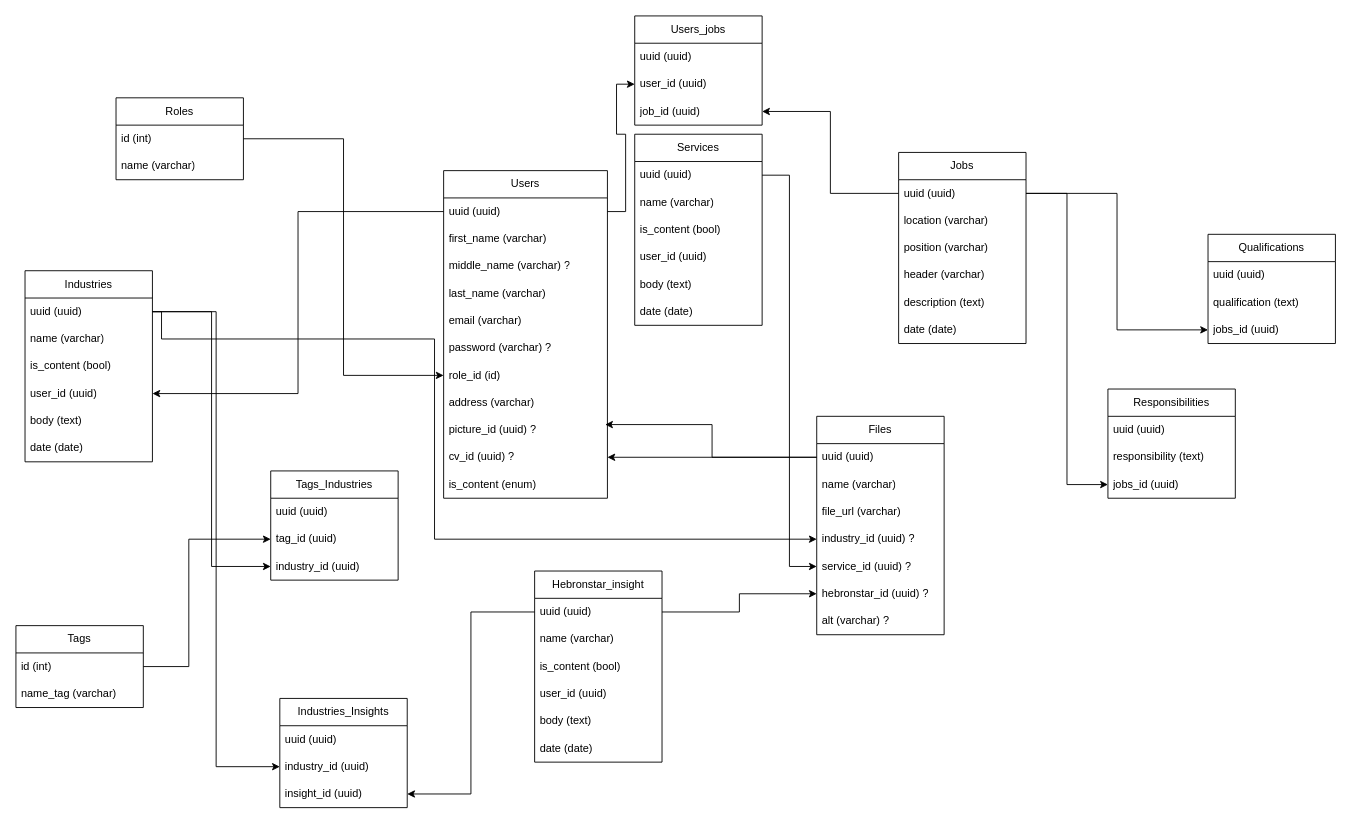
The draw.io diagram Untitled Diagram.drawio in rvldodo/flowchart, before the edit. Source tidied: cells renumbered, new cells numbered last; positions are measured from the earlier drawing's top-left corner, leaving out a move shared by most shapes. Both pictures are drawn from the tidied source at 91%, with x=0, y=0 at pixel (15, 15).
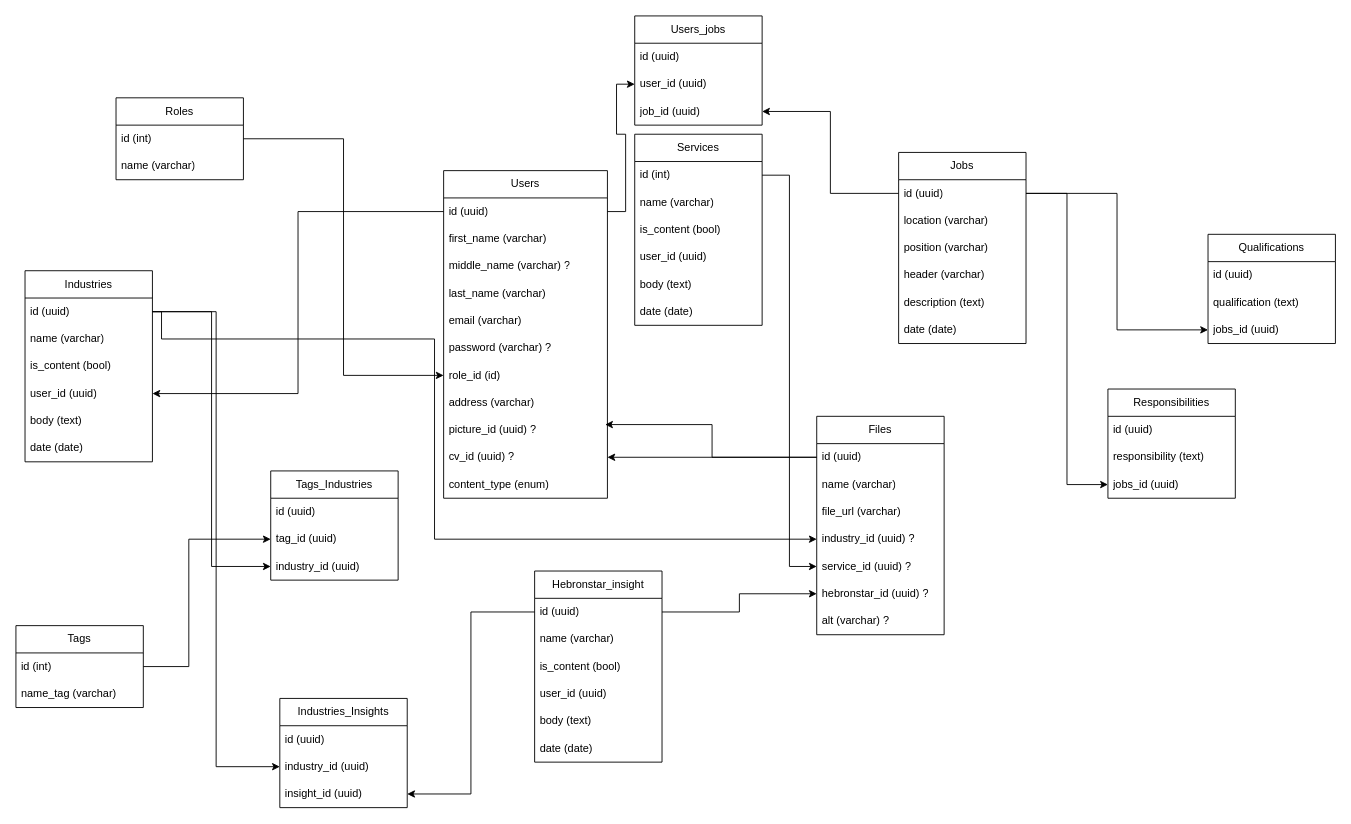
After the change.

The change refers to these unchanged cells:
```xml
<mxCell id="5" value="Users" style="swimlane;fontStyle=0;horizontal=1;startSize=30;whiteSpace=wrap;html=1;" parent="1" vertex="1">
  <mxGeometry x="470" y="170" width="180" height="360" as="geometry" />
</mxCell>
<mxCell id="18" value="Files" style="swimlane;fontStyle=0;horizontal=1;startSize=30;whiteSpace=wrap;html=1;" parent="1" vertex="1">
  <mxGeometry x="880" y="440" width="140" height="240" as="geometry" />
</mxCell>
<mxCell id="28" value="Industries" style="swimlane;fontStyle=0;horizontal=1;startSize=30;whiteSpace=wrap;html=1;" parent="1" vertex="1">
  <mxGeometry x="10" y="280" width="140" height="210" as="geometry" />
</mxCell>
<mxCell id="37" value="Services" style="swimlane;fontStyle=0;horizontal=1;startSize=30;whiteSpace=wrap;html=1;" parent="1" vertex="1">
  <mxGeometry x="680" y="130" width="140" height="210" as="geometry" />
</mxCell>
<mxCell id="45" value="Hebronstar_insight" style="swimlane;fontStyle=0;horizontal=1;startSize=30;whiteSpace=wrap;html=1;" parent="1" vertex="1">
  <mxGeometry x="570" y="610" width="140" height="210" as="geometry" />
</mxCell>
<mxCell id="53" value="Jobs" style="swimlane;fontStyle=0;horizontal=1;startSize=30;whiteSpace=wrap;html=1;" parent="1" vertex="1">
  <mxGeometry x="970" y="150" width="140" height="210" as="geometry" />
</mxCell>
<mxCell id="60" value="Qualifications" style="swimlane;fontStyle=0;horizontal=1;startSize=30;whiteSpace=wrap;html=1;" parent="1" vertex="1">
  <mxGeometry x="1310" y="240" width="140" height="120" as="geometry" />
</mxCell>
<mxCell id="65" value="Responsibilities" style="swimlane;fontStyle=0;horizontal=1;startSize=30;whiteSpace=wrap;html=1;" parent="1" vertex="1">
  <mxGeometry x="1200" y="410" width="140" height="120" as="geometry" />
</mxCell>
<mxCell id="70" value="Users_jobs" style="swimlane;fontStyle=0;horizontal=1;startSize=30;whiteSpace=wrap;html=1;" parent="1" vertex="1">
  <mxGeometry x="680" width="140" height="120" as="geometry" />
</mxCell>
<mxCell id="79" value="Tags_Industries" style="swimlane;fontStyle=0;horizontal=1;startSize=30;whiteSpace=wrap;html=1;" parent="1" vertex="1">
  <mxGeometry x="280" y="500" width="140" height="120" as="geometry" />
</mxCell>
<mxCell id="85" value="Industries_Insights" style="swimlane;fontStyle=0;horizontal=1;startSize=30;whiteSpace=wrap;html=1;" parent="1" vertex="1">
  <mxGeometry x="290" y="750" width="140" height="120" as="geometry" />
</mxCell>
```

Change to the diagram source:
```diff
@@
-    <mxCell id="6" value="uuid (uuid)" style="text;strokeColor=none;fillColor=none;align=left;verticalAlign=middle;spacingLeft=4;spacingRight=4;overflow=hidden;points=[[0,0.5],[1,0.5]];portConstraint=eastwest;whiteSpace=wrap;html=1;" parent="5" vertex="1">
+    <mxCell id="6" value="id (uuid)" style="text;strokeColor=none;fillColor=none;align=left;verticalAlign=middle;spacingLeft=4;spacingRight=4;overflow=hidden;points=[[0,0.5],[1,0.5]];portConstraint=eastwest;whiteSpace=wrap;html=1;" parent="5" vertex="1">
       <mxGeometry y="30" width="180" height="30" as="geometry" />
     </mxCell>
@@
-    <mxCell id="16" value="is_content (enum)" style="text;strokeColor=none;fillColor=none;align=left;verticalAlign=middle;spacingLeft=4;spacingRight=4;overflow=hidden;whiteSpace=wrap;html=1;" parent="5" vertex="1">
+    <mxCell id="16" value="content_type (enum)" style="text;strokeColor=none;fillColor=none;align=left;verticalAlign=middle;spacingLeft=4;spacingRight=4;overflow=hidden;whiteSpace=wrap;html=1;" parent="5" vertex="1">
       <mxGeometry y="330" width="180" height="30" as="geometry" />
     </mxCell>
@@
-    <mxCell id="19" value="uuid (uuid)" style="text;strokeColor=none;fillColor=none;align=left;verticalAlign=middle;spacingLeft=4;spacingRight=4;overflow=hidden;points=[[0,0.5],[1,0.5]];portConstraint=eastwest;whiteSpace=wrap;html=1;" parent="18" vertex="1">
+    <mxCell id="19" value="id (uuid)" style="text;strokeColor=none;fillColor=none;align=left;verticalAlign=middle;spacingLeft=4;spacingRight=4;overflow=hidden;points=[[0,0.5],[1,0.5]];portConstraint=eastwest;whiteSpace=wrap;html=1;" parent="18" vertex="1">
       <mxGeometry y="30" width="140" height="30" as="geometry" />
     </mxCell>
@@
-    <mxCell id="29" value="uuid (uuid)" style="text;strokeColor=none;fillColor=none;align=left;verticalAlign=middle;spacingLeft=4;spacingRight=4;overflow=hidden;points=[[0,0.5],[1,0.5]];portConstraint=eastwest;whiteSpace=wrap;html=1;" parent="28" vertex="1">
+    <mxCell id="29" value="id (uuid)" style="text;strokeColor=none;fillColor=none;align=left;verticalAlign=middle;spacingLeft=4;spacingRight=4;overflow=hidden;points=[[0,0.5],[1,0.5]];portConstraint=eastwest;whiteSpace=wrap;html=1;" parent="28" vertex="1">
       <mxGeometry y="30" width="140" height="30" as="geometry" />
     </mxCell>
@@
-    <mxCell id="38" value="uuid (uuid)" style="text;strokeColor=none;fillColor=none;align=left;verticalAlign=middle;spacingLeft=4;spacingRight=4;overflow=hidden;points=[[0,0.5],[1,0.5]];portConstraint=eastwest;whiteSpace=wrap;html=1;" parent="37" vertex="1">
+    <mxCell id="38" value="id (int)" style="text;strokeColor=none;fillColor=none;align=left;verticalAlign=middle;spacingLeft=4;spacingRight=4;overflow=hidden;points=[[0,0.5],[1,0.5]];portConstraint=eastwest;whiteSpace=wrap;html=1;" parent="37" vertex="1">
       <mxGeometry y="30" width="140" height="30" as="geometry" />
     </mxCell>
@@
-    <mxCell id="46" value="uuid (uuid)" style="text;strokeColor=none;fillColor=none;align=left;verticalAlign=middle;spacingLeft=4;spacingRight=4;overflow=hidden;points=[[0,0.5],[1,0.5]];portConstraint=eastwest;whiteSpace=wrap;html=1;" parent="45" vertex="1">
+    <mxCell id="46" value="id (uuid)" style="text;strokeColor=none;fillColor=none;align=left;verticalAlign=middle;spacingLeft=4;spacingRight=4;overflow=hidden;points=[[0,0.5],[1,0.5]];portConstraint=eastwest;whiteSpace=wrap;html=1;" parent="45" vertex="1">
       <mxGeometry y="30" width="140" height="30" as="geometry" />
     </mxCell>
@@
-    <mxCell id="54" value="uuid (uuid)" style="text;strokeColor=none;fillColor=none;align=left;verticalAlign=middle;spacingLeft=4;spacingRight=4;overflow=hidden;points=[[0,0.5],[1,0.5]];portConstraint=eastwest;whiteSpace=wrap;html=1;" parent="53" vertex="1">
+    <mxCell id="54" value="id (uuid)" style="text;strokeColor=none;fillColor=none;align=left;verticalAlign=middle;spacingLeft=4;spacingRight=4;overflow=hidden;points=[[0,0.5],[1,0.5]];portConstraint=eastwest;whiteSpace=wrap;html=1;" parent="53" vertex="1">
       <mxGeometry y="30" width="140" height="30" as="geometry" />
     </mxCell>
@@
-    <mxCell id="61" value="uuid (uuid)" style="text;strokeColor=none;fillColor=none;align=left;verticalAlign=middle;spacingLeft=4;spacingRight=4;overflow=hidden;whiteSpace=wrap;html=1;" parent="60" vertex="1">
+    <mxCell id="61" value="id (uuid)" style="text;strokeColor=none;fillColor=none;align=left;verticalAlign=middle;spacingLeft=4;spacingRight=4;overflow=hidden;whiteSpace=wrap;html=1;" parent="60" vertex="1">
       <mxGeometry y="30" width="140" height="30" as="geometry" />
     </mxCell>
@@
-    <mxCell id="66" value="uuid (uuid)" style="text;strokeColor=none;fillColor=none;align=left;verticalAlign=middle;spacingLeft=4;spacingRight=4;overflow=hidden;whiteSpace=wrap;html=1;" parent="65" vertex="1">
+    <mxCell id="66" value="id (uuid)" style="text;strokeColor=none;fillColor=none;align=left;verticalAlign=middle;spacingLeft=4;spacingRight=4;overflow=hidden;whiteSpace=wrap;html=1;" parent="65" vertex="1">
       <mxGeometry y="30" width="140" height="30" as="geometry" />
     </mxCell>
@@
-    <mxCell id="71" value="uuid (uuid)" style="text;strokeColor=none;fillColor=none;align=left;verticalAlign=middle;spacingLeft=4;spacingRight=4;overflow=hidden;whiteSpace=wrap;html=1;" parent="70" vertex="1">
+    <mxCell id="71" value="id (uuid)" style="text;strokeColor=none;fillColor=none;align=left;verticalAlign=middle;spacingLeft=4;spacingRight=4;overflow=hidden;whiteSpace=wrap;html=1;" parent="70" vertex="1">
       <mxGeometry y="30" width="140" height="30" as="geometry" />
     </mxCell>
@@
-    <mxCell id="80" value="uuid (uuid)" style="text;strokeColor=none;fillColor=none;align=left;verticalAlign=middle;spacingLeft=4;spacingRight=4;overflow=hidden;whiteSpace=wrap;html=1;" parent="79" vertex="1">
+    <mxCell id="80" value="id (uuid)" style="text;strokeColor=none;fillColor=none;align=left;verticalAlign=middle;spacingLeft=4;spacingRight=4;overflow=hidden;whiteSpace=wrap;html=1;" parent="79" vertex="1">
       <mxGeometry y="30" width="140" height="30" as="geometry" />
     </mxCell>
@@
-    <mxCell id="86" value="uuid (uuid)" style="text;strokeColor=none;fillColor=none;align=left;verticalAlign=middle;spacingLeft=4;spacingRight=4;overflow=hidden;whiteSpace=wrap;html=1;" parent="85" vertex="1">
+    <mxCell id="86" value="id (uuid)" style="text;strokeColor=none;fillColor=none;align=left;verticalAlign=middle;spacingLeft=4;spacingRight=4;overflow=hidden;whiteSpace=wrap;html=1;" parent="85" vertex="1">
       <mxGeometry y="30" width="140" height="30" as="geometry" />
     </mxCell>
```
